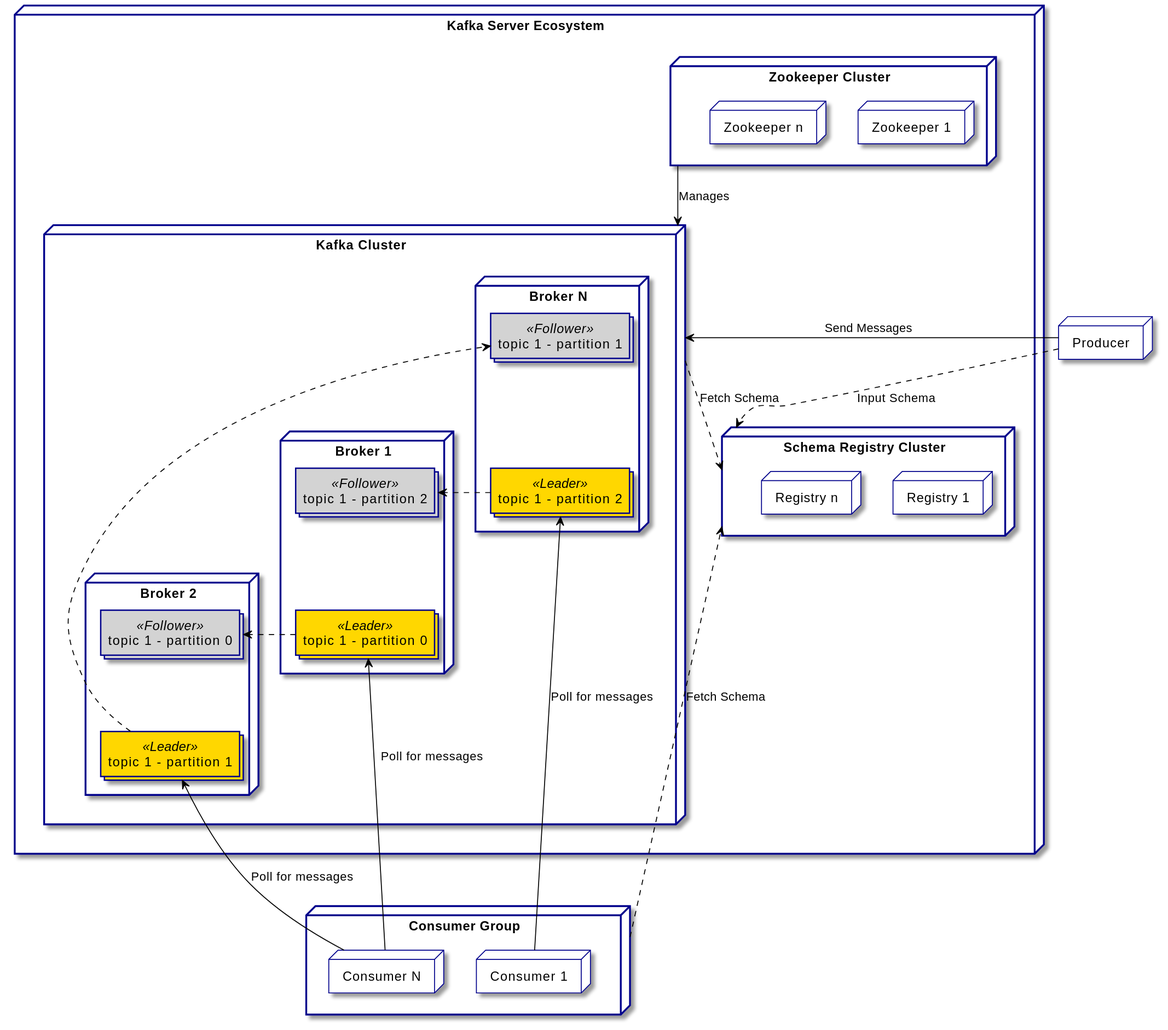
This is content/images/posts/2021-06-01_Kafka-Apprentice-Cookbook/kafka_architecture.svg from aveuiller/aveuiller.github.io, a PlantUML export, as it was before one commit. The source it was exported from:
```plantuml
@startuml
<style>
componentDiagram {
    LineColor darkblue
    TextColor blue
    BackGroundColor white
    agent {
        BackGroundColor palegreen
    }
    .Leader {
        BackGroundColor gold
    }
    .Follower {
        BackGroundColor lightgray
    }
    database {
        BackGroundColor white
    }
    actor {
        LineColor black
    }
    arrow {
        LineColor black
    }
}
document {
  BackGroundColor white
}
</style>

node "Producer" as prod_1

node "Kafka Server Ecosystem" as kafka {
    node "Zookeeper Cluster" as zk_cluster {

        node "Zookeeper 1" as zk_1
        node "Zookeeper n" as zk_n
    }

    node "Kafka Cluster" as cluster {
        node "Broker 1" as broker_1 {
            collections "topic 1 - partition 0" <<Leader>> as t1p0l
            collections "topic 1 - partition 2" <<Follower>> as t1p2r
        }
        node "Broker 2" as broker_2 {
            collections "topic 1 - partition 0" <<Follower>> as t1p0r
            collections "topic 1 - partition 1" <<Leader>> as t1p1l
        }
        node "Broker N" as broker_n {
           collections "topic 1 - partition 2" <<Leader>> as t1p2l
            collections "topic 1 - partition 1" <<Follower>> as t1p1r
      }
    }

    node "Schema Registry Cluster" as reg {
        node "Registry 1" as reg_1
        node "Registry n" as reg_n
    }

    zk_cluster --> cluster: Manages
    cluster    ..> reg: Fetch Schema

    t1p2r -[hidden]- t1p0l
    t1p0r -[hidden]- t1p1l
    t1p1r -[hidden]- t1p2l

    t1p0l .> t1p0r
    t1p1l .> t1p1r
    t1p2l .> t1p2r
}

node "Consumer Group" as cg_a {
    node "Consumer 1" as cons_a1
    node "Consumer N" as cons_an
}

prod_1 -> cluster: Send Messages

t1p0l <--- cons_an: Poll for messages
t1p1l <--- cons_an: Poll for messages
t1p2l <--- cons_a1: Poll for messages

prod_1 .> reg: Input Schema
cg_a ..> reg: Fetch Schema


@enduml
```
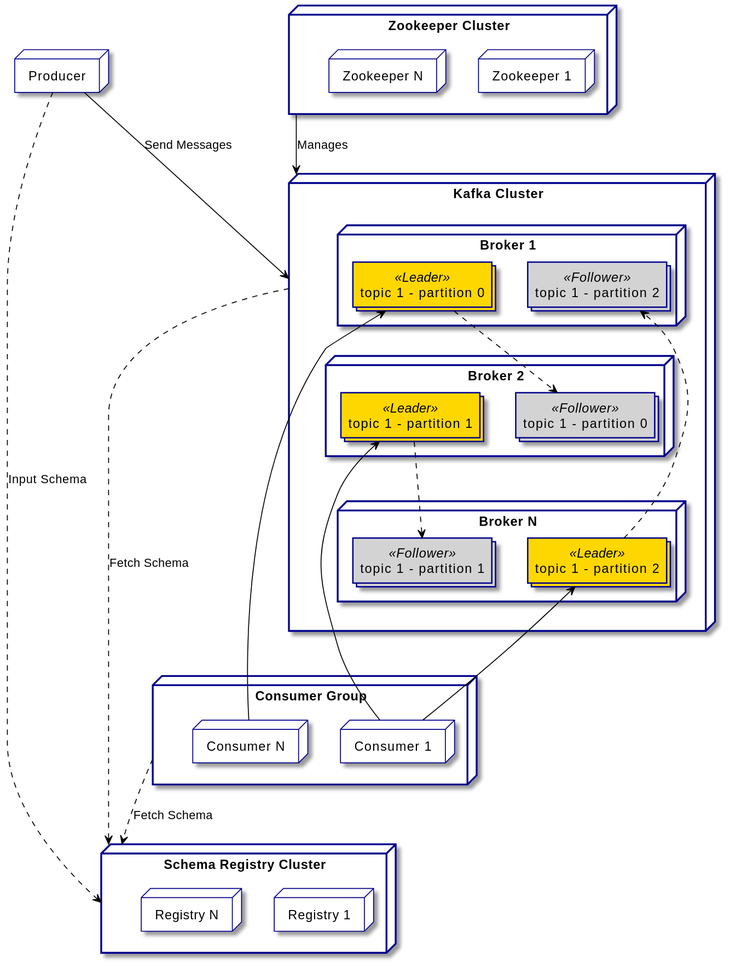
The same diagram one commit later.

Commit message:
fix(kafka): update architecture schema for readability

Diff of the diagram source:
```diff
@@ -4,20 +4,11 @@
     LineColor darkblue
     TextColor blue
     BackGroundColor white
-    agent {
-        BackGroundColor palegreen
-    }
     .Leader {
         BackGroundColor gold
     }
     .Follower {
         BackGroundColor lightgray
-    }
-    database {
-        BackGroundColor white
-    }
-    actor {
-        LineColor black
     }
     arrow {
         LineColor black
@@ -30,43 +21,30 @@
 
 node "Producer" as prod_1
 
-node "Kafka Server Ecosystem" as kafka {
-    node "Zookeeper Cluster" as zk_cluster {
+node "Zookeeper Cluster" as zk_cluster {
 
-        node "Zookeeper 1" as zk_1
-        node "Zookeeper n" as zk_n
+    node "Zookeeper 1" as zk_1
+    node "Zookeeper N" as zk_n
+}
+
+node "Kafka Cluster" as cluster {
+    node "Broker 1" as broker_1 {
+        collections "topic 1 - partition 0" <<Leader>> as t1p0l
+        collections "topic 1 - partition 2" <<Follower>> as t1p2r
     }
+    node "Broker 2" as broker_2 {
+        collections "topic 1 - partition 0" <<Follower>> as t1p0r
+        collections "topic 1 - partition 1" <<Leader>> as t1p1l
+    }
+    node "Broker N" as broker_n {
+       collections "topic 1 - partition 2" <<Leader>> as t1p2l
+        collections "topic 1 - partition 1" <<Follower>> as t1p1r
+  }
+}
 
-    node "Kafka Cluster" as cluster {
-        node "Broker 1" as broker_1 {
-            collections "topic 1 - partition 0" <<Leader>> as t1p0l
-            collections "topic 1 - partition 2" <<Follower>> as t1p2r
-        }
-        node "Broker 2" as broker_2 {
-            collections "topic 1 - partition 0" <<Follower>> as t1p0r
-            collections "topic 1 - partition 1" <<Leader>> as t1p1l
-        }
-        node "Broker N" as broker_n {
-           collections "topic 1 - partition 2" <<Leader>> as t1p2l
-            collections "topic 1 - partition 1" <<Follower>> as t1p1r
-      }
-    }
-
-    node "Schema Registry Cluster" as reg {
-        node "Registry 1" as reg_1
-        node "Registry n" as reg_n
-    }
-
-    zk_cluster --> cluster: Manages
-    cluster    ..> reg: Fetch Schema
-
-    t1p2r -[hidden]- t1p0l
-    t1p0r -[hidden]- t1p1l
-    t1p1r -[hidden]- t1p2l
-
-    t1p0l .> t1p0r
-    t1p1l .> t1p1r
-    t1p2l .> t1p2r
+node "Schema Registry Cluster" as reg {
+    node "Registry 1" as reg_1
+    node "Registry N" as reg_n
 }
 
 node "Consumer Group" as cg_a {
@@ -74,11 +52,18 @@
     node "Consumer N" as cons_an
 }
 
-prod_1 -> cluster: Send Messages
+zk_cluster --> cluster: Manages
+cluster    .> reg: Fetch Schema
 
-t1p0l <--- cons_an: Poll for messages
-t1p1l <--- cons_an: Poll for messages
-t1p2l <--- cons_a1: Poll for messages
+t1p0l ..> t1p0r
+t1p1l ..> t1p1r
+t1p2l ..> t1p2r
+
+prod_1 --> cluster: Send Messages
+
+t1p0l <-- cons_an
+t1p1l <-- cons_a1
+t1p2l <-- cons_a1
 
 prod_1 .> reg: Input Schema
 cg_a ..> reg: Fetch Schema
```
